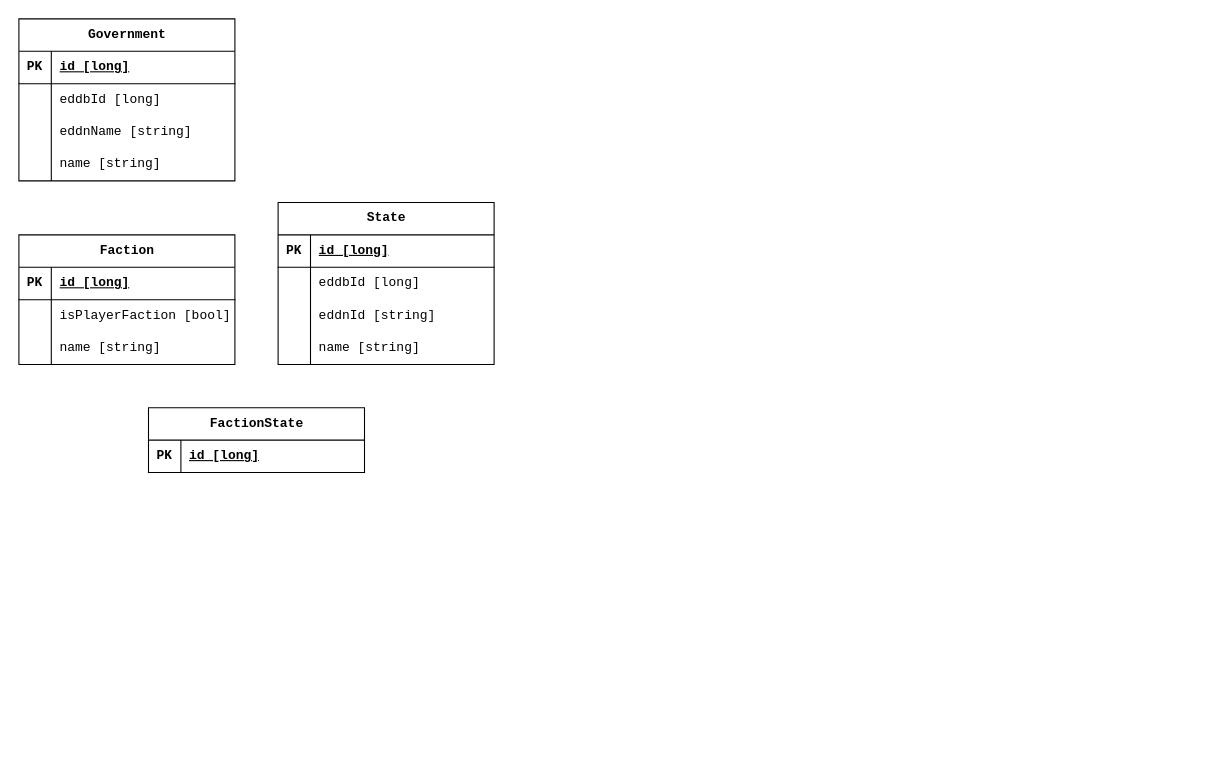
This is diagrams/database.drawio from ed-pilots-network/backend, a draw.io file, before an edit. Source tidied: cells renumbered, new cells numbered last; positions are measured from the earlier drawing's top-left corner, leaving out a move shared by most shapes. Both pictures are drawn from the tidied source at 108%, with x=0, y=0 at pixel (18, 18).
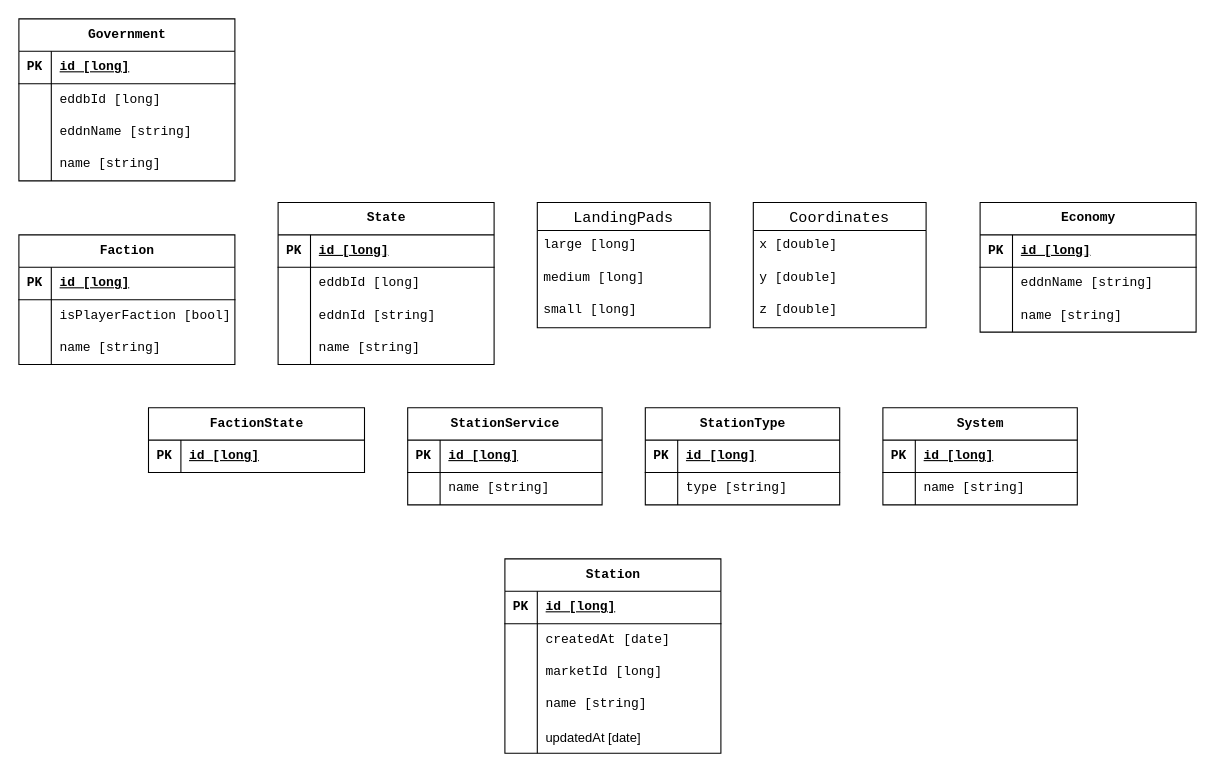
The same page after the edit.

The edit, as a diff of the source:
```diff
@@
+    <mxCell id="42" value="LandingPads" style="swimlane;fontStyle=0;horizontal=1;startSize=26;align=center;fontSize=14;fontFamily=Consolas;" parent="1" vertex="1">
+      <mxGeometry x="480" y="170" width="160" height="116" as="geometry" />
+    </mxCell>
+    <mxCell id="43" value="large [long]" style="text;strokeColor=none;fillColor=none;spacingLeft=4;spacingRight=4;overflow=hidden;fontSize=12;whiteSpace=wrap;html=1;fontFamily=Consolas;" parent="42" vertex="1">
+      <mxGeometry y="26" width="160" height="30" as="geometry" />
+    </mxCell>
+    <mxCell id="44" value="medium [long]&lt;br&gt;" style="text;strokeColor=none;fillColor=none;spacingLeft=4;spacingRight=4;overflow=hidden;fontSize=12;whiteSpace=wrap;html=1;fontFamily=Consolas;" parent="42" vertex="1">
+      <mxGeometry y="56" width="160" height="30" as="geometry" />
+    </mxCell>
+    <mxCell id="45" value="small [long]" style="text;strokeColor=none;fillColor=none;spacingLeft=4;spacingRight=4;overflow=hidden;fontSize=12;whiteSpace=wrap;html=1;fontFamily=Consolas;" parent="42" vertex="1">
+      <mxGeometry y="86" width="160" height="30" as="geometry" />
+    </mxCell>
+    <mxCell id="46" value="Coordinates" style="swimlane;fontStyle=0;horizontal=1;startSize=26;align=center;fontSize=14;fontFamily=Consolas;" parent="1" vertex="1">
+      <mxGeometry x="680" y="170" width="160" height="116" as="geometry" />
+    </mxCell>
+    <mxCell id="47" value="x [double]" style="text;strokeColor=none;fillColor=none;spacingLeft=4;spacingRight=4;overflow=hidden;fontSize=12;whiteSpace=wrap;html=1;fontFamily=Consolas;" parent="46" vertex="1">
+      <mxGeometry y="26" width="160" height="30" as="geometry" />
+    </mxCell>
+    <mxCell id="48" value="y [double]" style="text;strokeColor=none;fillColor=none;spacingLeft=4;spacingRight=4;overflow=hidden;fontSize=12;whiteSpace=wrap;html=1;fontFamily=Consolas;" parent="46" vertex="1">
+      <mxGeometry y="56" width="160" height="30" as="geometry" />
+    </mxCell>
+    <mxCell id="49" value="z [double]" style="text;strokeColor=none;fillColor=none;spacingLeft=4;spacingRight=4;overflow=hidden;fontSize=12;whiteSpace=wrap;html=1;fontFamily=Consolas;" parent="46" vertex="1">
+      <mxGeometry y="86" width="160" height="30" as="geometry" />
+    </mxCell>
+    <mxCell id="50" value="StationService" style="shape=table;startSize=30;childLayout=tableLayout;rowLines=0;fontStyle=1;align=center;html=1;fontFamily=Consolas;" parent="1" vertex="1">
+      <mxGeometry x="360" y="360" width="180" height="90" as="geometry" />
+    </mxCell>
+    <mxCell id="51" style="shape=tableRow;horizontal=0;startSize=0;swimlaneHead=0;swimlaneBody=0;fillColor=none;top=0;left=0;right=0;bottom=1;fontFamily=Consolas;" parent="50" vertex="1">
+      <mxGeometry y="30" width="180" height="30" as="geometry" />
+    </mxCell>
+    <mxCell id="52" value="PK" style="shape=partialRectangle;fillColor=none;top=0;left=0;bottom=0;right=0;fontStyle=1;overflow=hidden;whiteSpace=wrap;html=1;fontFamily=Consolas;" parent="51" vertex="1">
+      <mxGeometry width="30" height="30" as="geometry" />
+    </mxCell>
+    <mxCell id="53" value="id [long]" style="shape=partialRectangle;fillColor=none;top=0;left=0;bottom=0;right=0;align=left;spacingLeft=6;fontStyle=5;overflow=hidden;whiteSpace=wrap;html=1;fontFamily=Consolas;" parent="51" vertex="1">
+      <mxGeometry x="30" width="150" height="30" as="geometry" />
+    </mxCell>
+    <mxCell id="54" style="shape=tableRow;horizontal=0;startSize=0;swimlaneHead=0;swimlaneBody=0;fillColor=none;top=0;left=0;right=0;bottom=0;fontFamily=Consolas;" parent="50" vertex="1">
+      <mxGeometry y="60" width="180" height="30" as="geometry" />
+    </mxCell>
+    <mxCell id="55" style="shape=partialRectangle;fillColor=none;top=0;left=0;bottom=0;right=0;overflow=hidden;whiteSpace=wrap;html=1;fontFamily=Consolas;" parent="54" vertex="1">
+      <mxGeometry width="30" height="30" as="geometry" />
+    </mxCell>
+    <mxCell id="56" value="name [string]" style="shape=partialRectangle;fillColor=none;top=0;left=0;bottom=0;right=0;align=left;spacingLeft=6;overflow=hidden;whiteSpace=wrap;html=1;fontFamily=Consolas;" parent="54" vertex="1">
+      <mxGeometry x="30" width="150" height="30" as="geometry" />
+    </mxCell>
+    <mxCell id="57" value="StationType" style="shape=table;startSize=30;childLayout=tableLayout;rowLines=0;fontStyle=1;align=center;html=1;fontFamily=Consolas;" parent="1" vertex="1">
+      <mxGeometry x="580" y="360" width="180" height="90" as="geometry" />
+    </mxCell>
+    <mxCell id="58" style="shape=tableRow;horizontal=0;startSize=0;swimlaneHead=0;swimlaneBody=0;fillColor=none;top=0;left=0;right=0;bottom=1;fontFamily=Consolas;" parent="57" vertex="1">
+      <mxGeometry y="30" width="180" height="30" as="geometry" />
+    </mxCell>
+    <mxCell id="59" value="PK" style="shape=partialRectangle;fillColor=none;top=0;left=0;bottom=0;right=0;fontStyle=1;overflow=hidden;whiteSpace=wrap;html=1;fontFamily=Consolas;" parent="58" vertex="1">
+      <mxGeometry width="30" height="30" as="geometry" />
+    </mxCell>
+    <mxCell id="60" value="id [long]" style="shape=partialRectangle;fillColor=none;top=0;left=0;bottom=0;right=0;align=left;spacingLeft=6;fontStyle=5;overflow=hidden;whiteSpace=wrap;html=1;fontFamily=Consolas;" parent="58" vertex="1">
+      <mxGeometry x="30" width="150" height="30" as="geometry" />
+    </mxCell>
+    <mxCell id="61" style="shape=tableRow;horizontal=0;startSize=0;swimlaneHead=0;swimlaneBody=0;fillColor=none;top=0;left=0;right=0;bottom=0;fontFamily=Consolas;" parent="57" vertex="1">
+      <mxGeometry y="60" width="180" height="30" as="geometry" />
+    </mxCell>
+    <mxCell id="62" style="shape=partialRectangle;fillColor=none;top=0;left=0;bottom=0;right=0;overflow=hidden;whiteSpace=wrap;html=1;fontFamily=Consolas;" parent="61" vertex="1">
+      <mxGeometry width="30" height="30" as="geometry" />
+    </mxCell>
+    <mxCell id="63" value="type [string]" style="shape=partialRectangle;fillColor=none;top=0;left=0;bottom=0;right=0;align=left;spacingLeft=6;overflow=hidden;whiteSpace=wrap;html=1;fontFamily=Consolas;" parent="61" vertex="1">
+      <mxGeometry x="30" width="150" height="30" as="geometry" />
+    </mxCell>
+    <mxCell id="64" value="System" style="shape=table;startSize=30;childLayout=tableLayout;rowLines=0;fontStyle=1;align=center;html=1;fontFamily=Consolas;" parent="1" vertex="1">
+      <mxGeometry x="800" y="360" width="180" height="90" as="geometry" />
+    </mxCell>
+    <mxCell id="65" style="shape=tableRow;horizontal=0;startSize=0;swimlaneHead=0;swimlaneBody=0;fillColor=none;top=0;left=0;right=0;bottom=1;fontFamily=Consolas;" parent="64" vertex="1">
+      <mxGeometry y="30" width="180" height="30" as="geometry" />
+    </mxCell>
+    <mxCell id="66" value="PK" style="shape=partialRectangle;fillColor=none;top=0;left=0;bottom=0;right=0;fontStyle=1;overflow=hidden;whiteSpace=wrap;html=1;fontFamily=Consolas;" parent="65" vertex="1">
+      <mxGeometry width="30" height="30" as="geometry" />
+    </mxCell>
+    <mxCell id="67" value="id [long]" style="shape=partialRectangle;fillColor=none;top=0;left=0;bottom=0;right=0;align=left;spacingLeft=6;fontStyle=5;overflow=hidden;whiteSpace=wrap;html=1;fontFamily=Consolas;" parent="65" vertex="1">
+      <mxGeometry x="30" width="150" height="30" as="geometry" />
+    </mxCell>
+    <mxCell id="68" style="shape=tableRow;horizontal=0;startSize=0;swimlaneHead=0;swimlaneBody=0;fillColor=none;top=0;left=0;right=0;bottom=0;fontFamily=Consolas;" parent="64" vertex="1">
+      <mxGeometry y="60" width="180" height="30" as="geometry" />
+    </mxCell>
+    <mxCell id="69" style="shape=partialRectangle;fillColor=none;top=0;left=0;bottom=0;right=0;overflow=hidden;whiteSpace=wrap;html=1;fontFamily=Consolas;" parent="68" vertex="1">
+      <mxGeometry width="30" height="30" as="geometry" />
+    </mxCell>
+    <mxCell id="70" value="name [string]" style="shape=partialRectangle;fillColor=none;top=0;left=0;bottom=0;right=0;align=left;spacingLeft=6;overflow=hidden;whiteSpace=wrap;html=1;fontFamily=Consolas;" parent="68" vertex="1">
+      <mxGeometry x="30" width="150" height="30" as="geometry" />
+    </mxCell>
+    <mxCell id="71" value="Economy" style="shape=table;startSize=30;childLayout=tableLayout;rowLines=0;fontStyle=1;align=center;html=1;fontFamily=Consolas;" parent="1" vertex="1">
+      <mxGeometry x="890" y="170" width="200" height="120" as="geometry" />
+    </mxCell>
+    <mxCell id="72" style="shape=tableRow;horizontal=0;startSize=0;swimlaneHead=0;swimlaneBody=0;fillColor=none;top=0;left=0;right=0;bottom=1;fontFamily=Consolas;" parent="71" vertex="1">
+      <mxGeometry y="30" width="200" height="30" as="geometry" />
+    </mxCell>
+    <mxCell id="73" value="PK" style="shape=partialRectangle;fillColor=none;top=0;left=0;bottom=0;right=0;fontStyle=1;overflow=hidden;whiteSpace=wrap;html=1;fontFamily=Consolas;" parent="72" vertex="1">
+      <mxGeometry width="30" height="30" as="geometry" />
+    </mxCell>
+    <mxCell id="74" value="id [long]" style="shape=partialRectangle;fillColor=none;top=0;left=0;bottom=0;right=0;align=left;spacingLeft=6;fontStyle=5;overflow=hidden;whiteSpace=wrap;html=1;fontFamily=Consolas;" parent="72" vertex="1">
+      <mxGeometry x="30" width="170" height="30" as="geometry" />
+    </mxCell>
+    <mxCell id="75" style="shape=tableRow;horizontal=0;startSize=0;swimlaneHead=0;swimlaneBody=0;fillColor=none;top=0;left=0;right=0;bottom=0;fontFamily=Consolas;" parent="71" vertex="1">
+      <mxGeometry y="60" width="200" height="30" as="geometry" />
+    </mxCell>
+    <mxCell id="76" style="shape=partialRectangle;fillColor=none;top=0;left=0;bottom=0;right=0;overflow=hidden;whiteSpace=wrap;html=1;fontFamily=Consolas;" parent="75" vertex="1">
+      <mxGeometry width="30" height="30" as="geometry" />
+    </mxCell>
+    <mxCell id="77" value="eddnName [string]" style="shape=partialRectangle;fillColor=none;top=0;left=0;bottom=0;right=0;align=left;spacingLeft=6;overflow=hidden;whiteSpace=wrap;html=1;fontFamily=Consolas;" parent="75" vertex="1">
+      <mxGeometry x="30" width="170" height="30" as="geometry" />
+    </mxCell>
+    <mxCell id="78" style="shape=tableRow;horizontal=0;startSize=0;swimlaneHead=0;swimlaneBody=0;fillColor=none;top=0;left=0;right=0;bottom=0;fontFamily=Consolas;" parent="71" vertex="1">
+      <mxGeometry y="90" width="200" height="30" as="geometry" />
+    </mxCell>
+    <mxCell id="79" style="shape=partialRectangle;fillColor=none;top=0;left=0;bottom=0;right=0;overflow=hidden;whiteSpace=wrap;html=1;fontFamily=Consolas;" parent="78" vertex="1">
+      <mxGeometry width="30" height="30" as="geometry" />
+    </mxCell>
+    <mxCell id="80" value="name [string]" style="shape=partialRectangle;fillColor=none;top=0;left=0;bottom=0;right=0;align=left;spacingLeft=6;overflow=hidden;whiteSpace=wrap;html=1;fontFamily=Consolas;" parent="78" vertex="1">
+      <mxGeometry x="30" width="170" height="30" as="geometry" />
+    </mxCell>
+    <mxCell id="81" value="Station" style="shape=table;startSize=30;childLayout=tableLayout;rowLines=0;fontStyle=1;align=center;html=1;fontFamily=Consolas;" parent="1" vertex="1">
+      <mxGeometry x="450" y="500" width="200" height="180" as="geometry" />
+    </mxCell>
+    <mxCell id="82" style="shape=tableRow;horizontal=0;startSize=0;swimlaneHead=0;swimlaneBody=0;fillColor=none;top=0;left=0;right=0;bottom=1;fontFamily=Consolas;" parent="81" vertex="1">
+      <mxGeometry y="30" width="200" height="30" as="geometry" />
+    </mxCell>
+    <mxCell id="83" value="PK" style="shape=partialRectangle;fillColor=none;top=0;left=0;bottom=0;right=0;fontStyle=1;overflow=hidden;whiteSpace=wrap;html=1;fontFamily=Consolas;" parent="82" vertex="1">
+      <mxGeometry width="30" height="30" as="geometry" />
+    </mxCell>
+    <mxCell id="84" value="id [long]" style="shape=partialRectangle;fillColor=none;top=0;left=0;bottom=0;right=0;align=left;spacingLeft=6;fontStyle=5;overflow=hidden;whiteSpace=wrap;html=1;fontFamily=Consolas;" parent="82" vertex="1">
+      <mxGeometry x="30" width="170" height="30" as="geometry" />
+    </mxCell>
+    <mxCell id="85" style="shape=tableRow;horizontal=0;startSize=0;swimlaneHead=0;swimlaneBody=0;fillColor=none;top=0;left=0;right=0;bottom=0;fontFamily=Consolas;" parent="81" vertex="1">
+      <mxGeometry y="60" width="200" height="30" as="geometry" />
+    </mxCell>
+    <mxCell id="86" style="shape=partialRectangle;fillColor=none;top=0;left=0;bottom=0;right=0;overflow=hidden;whiteSpace=wrap;html=1;fontFamily=Consolas;" parent="85" vertex="1">
+      <mxGeometry width="30" height="30" as="geometry" />
+    </mxCell>
+    <mxCell id="87" value="createdAt [date]" style="shape=partialRectangle;fillColor=none;top=0;left=0;bottom=0;right=0;align=left;spacingLeft=6;overflow=hidden;whiteSpace=wrap;html=1;fontFamily=Consolas;" parent="85" vertex="1">
+      <mxGeometry x="30" width="170" height="30" as="geometry" />
+    </mxCell>
+    <mxCell id="88" style="shape=tableRow;horizontal=0;startSize=0;swimlaneHead=0;swimlaneBody=0;fillColor=none;top=0;left=0;right=0;bottom=0;fontFamily=Consolas;" parent="81" vertex="1">
+      <mxGeometry y="90" width="200" height="30" as="geometry" />
+    </mxCell>
+    <mxCell id="89" style="shape=partialRectangle;fillColor=none;top=0;left=0;bottom=0;right=0;overflow=hidden;whiteSpace=wrap;html=1;fontFamily=Consolas;" parent="88" vertex="1">
+      <mxGeometry width="30" height="30" as="geometry" />
+    </mxCell>
+    <mxCell id="90" value="marketId [long]" style="shape=partialRectangle;fillColor=none;top=0;left=0;bottom=0;right=0;align=left;spacingLeft=6;overflow=hidden;whiteSpace=wrap;html=1;fontFamily=Consolas;" parent="88" vertex="1">
+      <mxGeometry x="30" width="170" height="30" as="geometry" />
+    </mxCell>
+    <mxCell id="91" style="shape=tableRow;horizontal=0;startSize=0;swimlaneHead=0;swimlaneBody=0;fillColor=none;top=0;left=0;right=0;bottom=0;fontFamily=Consolas;" parent="81" vertex="1">
+      <mxGeometry y="120" width="200" height="30" as="geometry" />
+    </mxCell>
+    <mxCell id="92" style="shape=partialRectangle;fillColor=none;top=0;left=0;bottom=0;right=0;overflow=hidden;whiteSpace=wrap;html=1;fontFamily=Consolas;" parent="91" vertex="1">
+      <mxGeometry width="30" height="30" as="geometry" />
+    </mxCell>
+    <mxCell id="93" value="name [string]" style="shape=partialRectangle;fillColor=none;top=0;left=0;bottom=0;right=0;align=left;spacingLeft=6;overflow=hidden;whiteSpace=wrap;html=1;fontFamily=Consolas;" parent="91" vertex="1">
+      <mxGeometry x="30" width="170" height="30" as="geometry" />
+    </mxCell>
+    <mxCell id="94" style="shape=tableRow;horizontal=0;startSize=0;swimlaneHead=0;swimlaneBody=0;fillColor=none;top=0;left=0;right=0;bottom=0;" parent="81" vertex="1">
+      <mxGeometry y="150" width="200" height="30" as="geometry" />
+    </mxCell>
+    <mxCell id="95" style="shape=partialRectangle;fillColor=none;top=0;left=0;bottom=0;right=0;overflow=hidden;" parent="94" vertex="1">
+      <mxGeometry width="30" height="30" as="geometry" />
+    </mxCell>
+    <mxCell id="96" value="updatedAt [date]" style="shape=partialRectangle;fillColor=none;top=0;left=0;bottom=0;right=0;align=left;spacingLeft=6;overflow=hidden;" parent="94" vertex="1">
+      <mxGeometry x="30" width="170" height="30" as="geometry" />
+    </mxCell>
```
